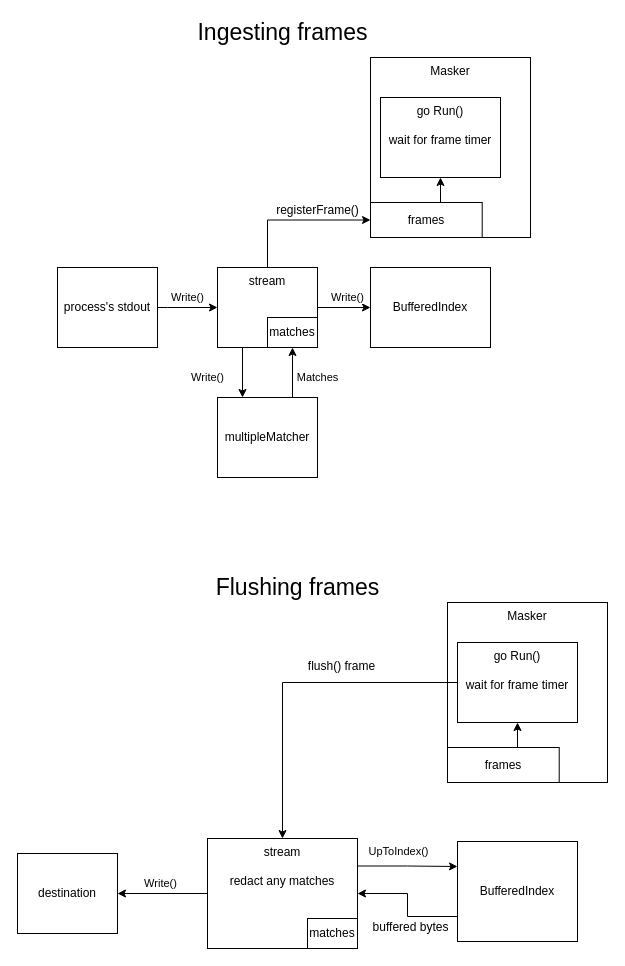
Above: internals/cli/masker/masker_diagram.drawio in secrethub/secrethub-cli (draw.io), before the change. Source tidied: cells renumbered, new cells numbered last; positions are measured from the earlier drawing's top-left corner, leaving out a move shared by most shapes. Both pictures are drawn from the tidied source at 100%, with x=0, y=0 at pixel (17, 17).
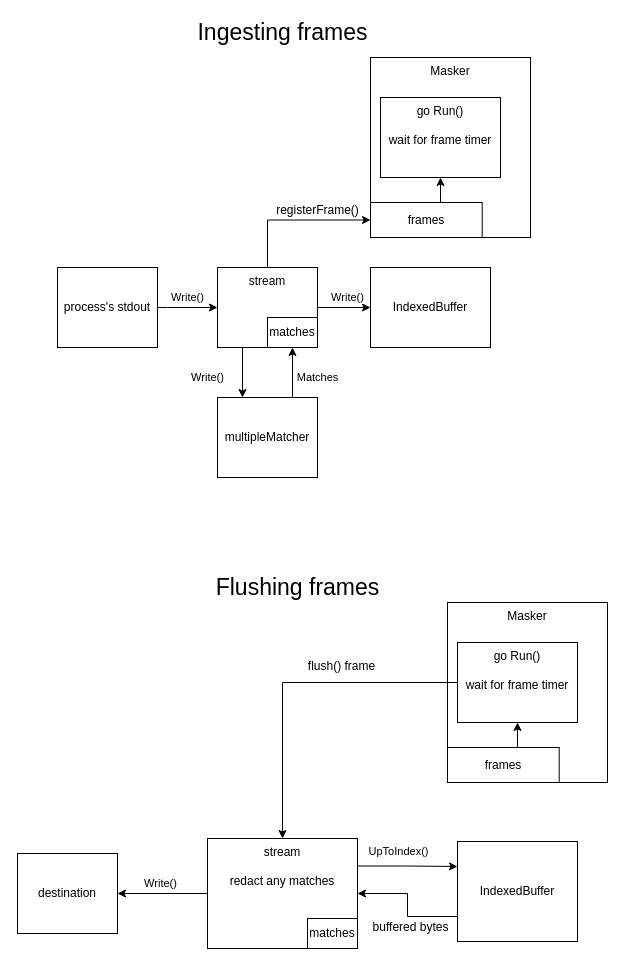
After the change.

Commit message (it also covers changes not shown here):
Fix typo in diagram

Change to the diagram source:
```diff
@@
-    <mxCell id="13" value="BufferedIndex" style="rounded=0;whiteSpace=wrap;html=1;" parent="1" vertex="1">
+    <mxCell id="13" value="IndexedBuffer" style="rounded=0;whiteSpace=wrap;html=1;" parent="1" vertex="1">
       <mxGeometry x="353" y="250" width="120" height="80" as="geometry" />
     </mxCell>
@@
-    <mxCell id="21" value="BufferedIndex" style="rounded=0;whiteSpace=wrap;html=1;" parent="1" vertex="1">
+    <mxCell id="21" value="IndexedBuffer" style="rounded=0;whiteSpace=wrap;html=1;" parent="1" vertex="1">
       <mxGeometry x="440" y="824" width="120" height="100" as="geometry" />
     </mxCell>
```
